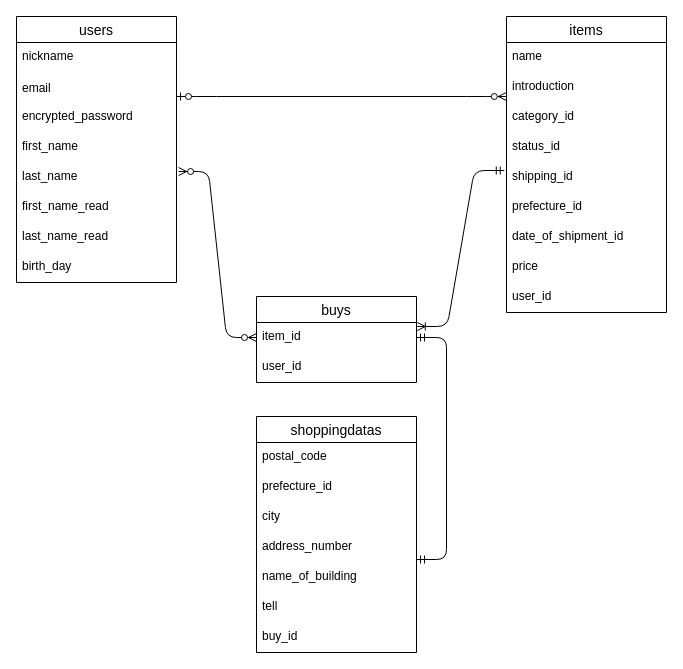
Earlier version of the draw.io diagram test.dio (tomohito0358/furima-31502). Source tidied: cells renumbered, new cells numbered last; positions are measured from the earlier drawing's top-left corner, leaving out a move shared by most shapes. Both pictures are drawn from the tidied source at 100%, with x=0, y=0 at pixel (16, 16).
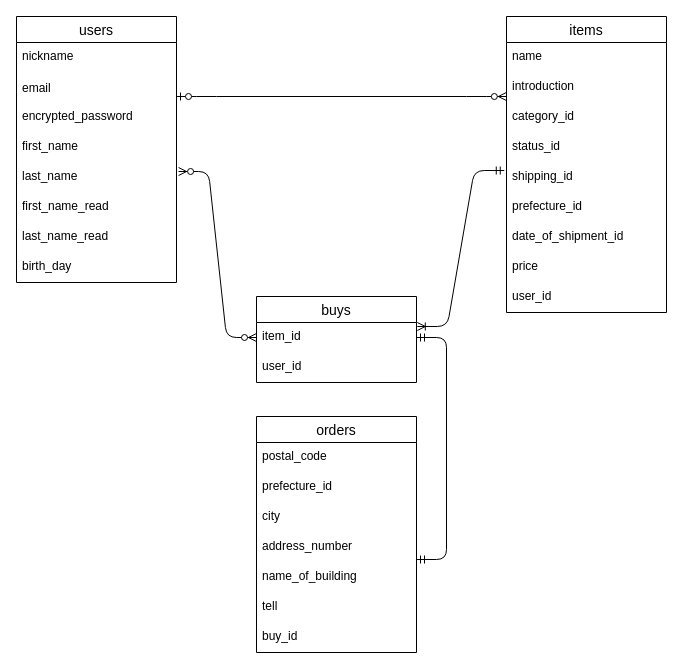
The same diagram, later.

The edit, as a diff of the source:
```diff
@@
-    <mxCell id="23" value="shoppingdatas" style="swimlane;fontStyle=0;horizontal=1;startSize=26;align=center;fontSize=14;html=0;" parent="1" vertex="1">
+    <mxCell id="23" value="orders" style="swimlane;fontStyle=0;horizontal=1;startSize=26;align=center;fontSize=14;html=0;" parent="1" vertex="1">
       <mxGeometry x="240" y="400" width="160" height="236" as="geometry" />
     </mxCell>
```
